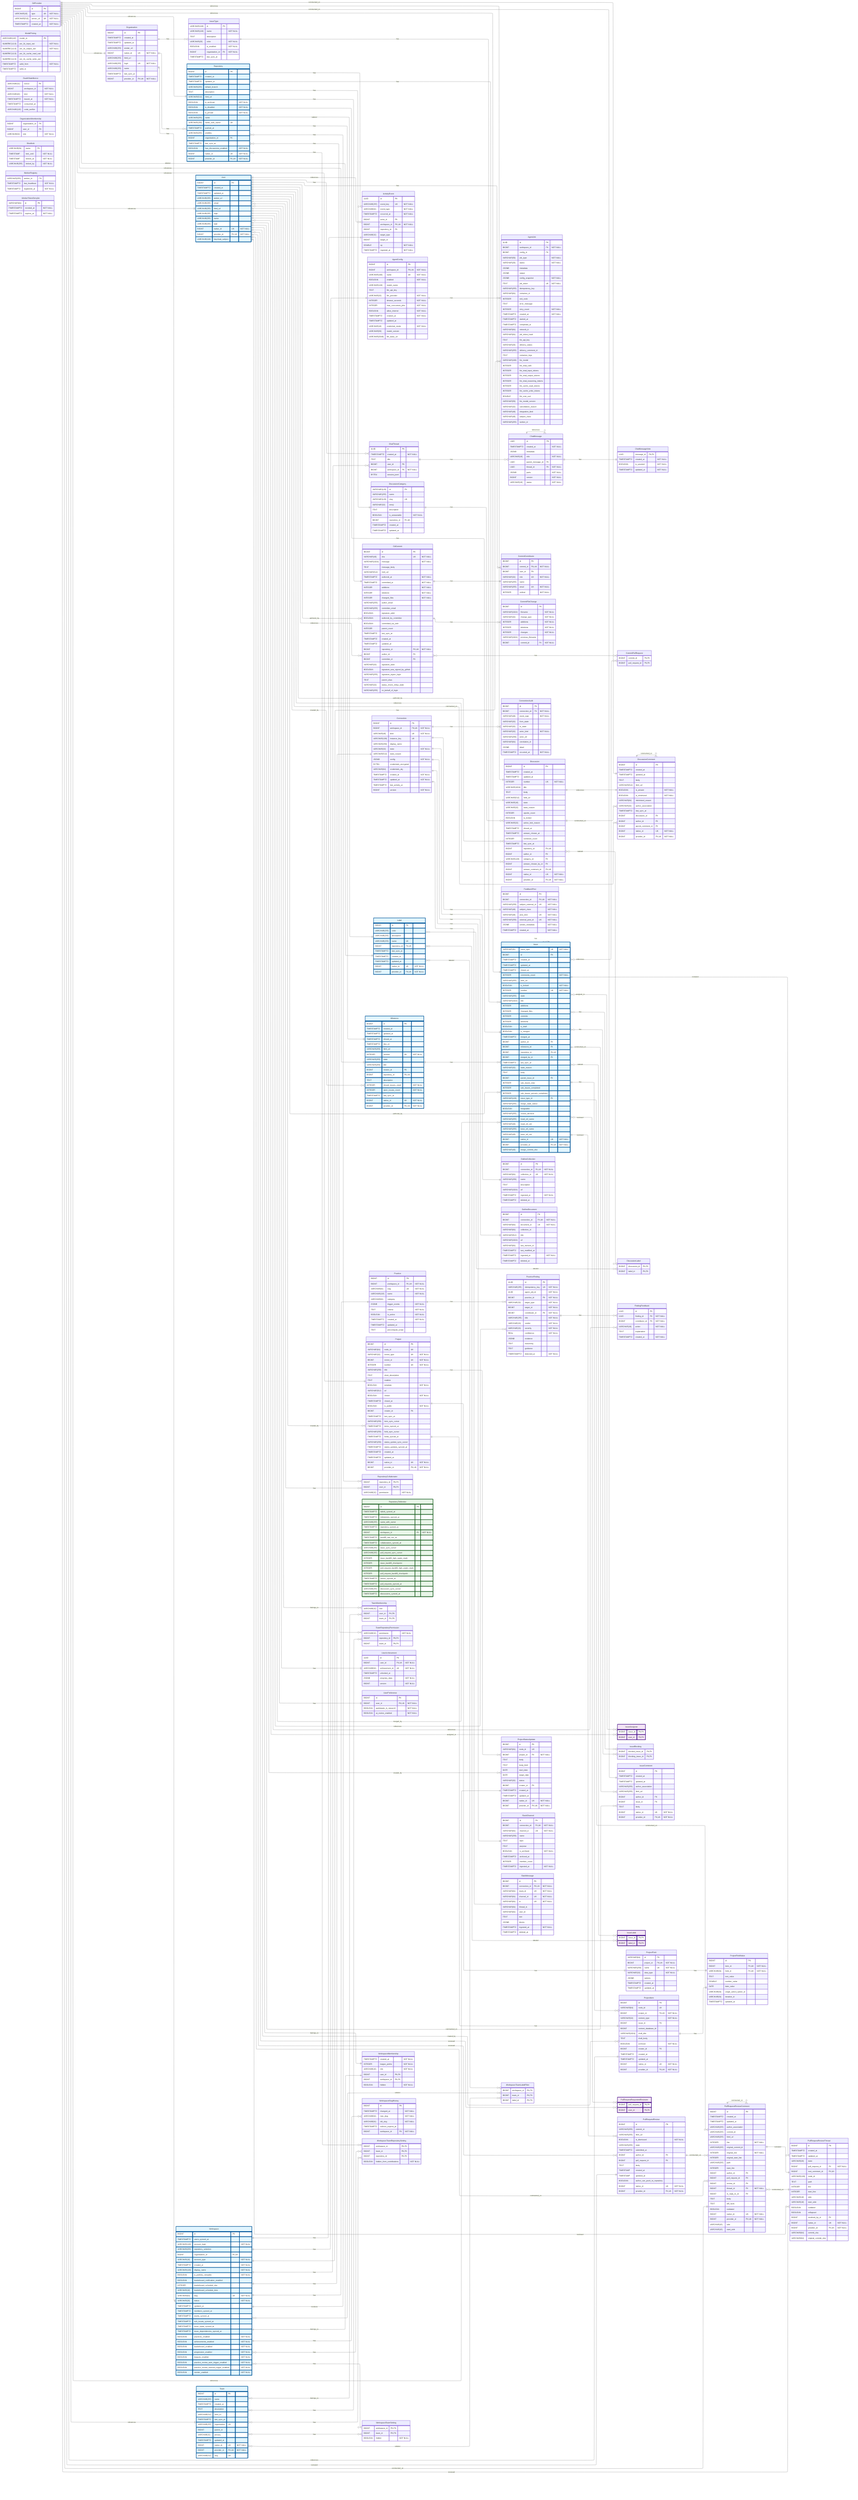
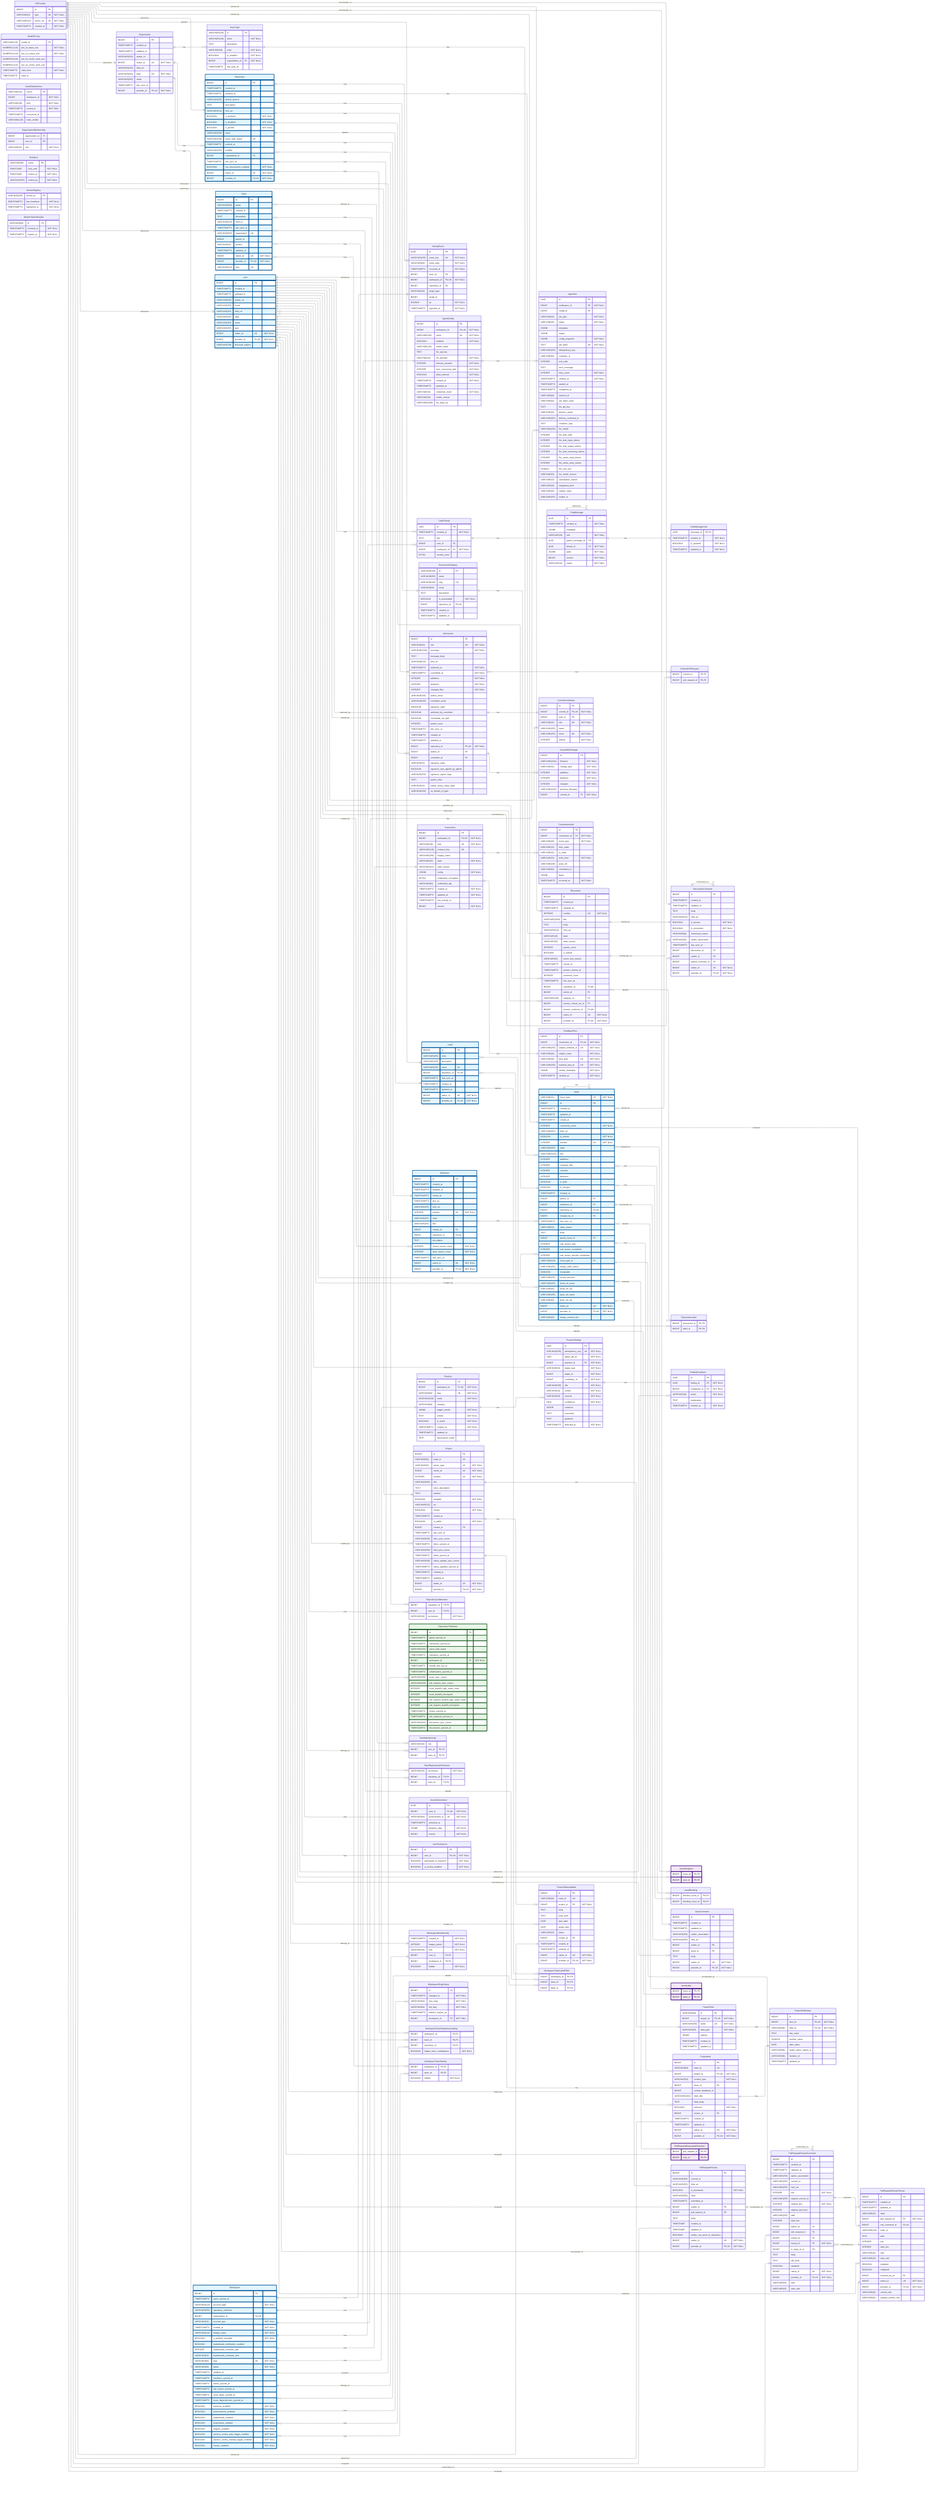
---
config:
    layout: elk
---
erDiagram
    %% Generated automatically from PostgreSQL database schema
    %% using scripts/generate-mermaid-erd.ts
    %% To regenerate: pnpm run db:generate-erd-docs

    direction LR

    ActivityEvent {
        UUID id PK
        VARCHAR(255) event_key UK "NOT NULL"
        VARCHAR(64) event_type "NOT NULL"
        TIMESTAMPTZ occurred_at "NOT NULL"
        BIGINT actor_id FK
        BIGINT workspace_id FK,UK "NOT NULL"
        BIGINT repository_id FK
        VARCHAR(32) target_type
        BIGINT target_id
        DOUBLE xp "NOT NULL"
        TIMESTAMPTZ ingested_at "NOT NULL"
    }

    AgentConfig {
        BIGINT id PK
        BIGINT workspace_id FK,UK "NOT NULL"
        VARCHAR(100) name UK "NOT NULL"
        BOOLEAN enabled "NOT NULL"
        VARCHAR(128) model_name
        TEXT llm_api_key
        VARCHAR(32) llm_provider "NOT NULL"
        INTEGER timeout_seconds "NOT NULL"
        INTEGER max_concurrent_jobs "NOT NULL"
        BOOLEAN allow_internet "NOT NULL"
        TIMESTAMPTZ created_at "NOT NULL"
        TIMESTAMPTZ updated_at
        VARCHAR(16) credential_mode "NOT NULL"
        VARCHAR(50) model_version
        VARCHAR(2048) llm_base_url
    }

    AgentJob {
        UUID id PK
        BIGINT workspace_id FK "NOT NULL"
        BIGINT config_id FK
        VARCHAR(50) job_type "NOT NULL"
        VARCHAR(20) status "NOT NULL"
        JSONB metadata
        JSONB output
        JSONB config_snapshot "NOT NULL"
        TEXT job_token UK "NOT NULL"
        VARCHAR(255) idempotency_key
        VARCHAR(64) container_id
        INTEGER exit_code
        TEXT error_message
        INTEGER retry_count "NOT NULL"
        TIMESTAMPTZ created_at "NOT NULL"
        TIMESTAMPTZ started_at
        TIMESTAMPTZ completed_at
        VARCHAR(64) network_id
        VARCHAR(64) job_token_hash
        TEXT llm_api_key
        VARCHAR(20) delivery_status
        VARCHAR(255) delivery_comment_id
        TEXT container_logs
        VARCHAR(100) llm_model
        INTEGER llm_total_calls
        INTEGER llm_total_input_tokens
        INTEGER llm_total_output_tokens
        INTEGER llm_total_reasoning_tokens
        INTEGER llm_cache_read_tokens
        INTEGER llm_cache_write_tokens
        DOUBLE llm_cost_usd
        VARCHAR(50) llm_model_version
        VARCHAR(32) cancellation_reason
        VARCHAR(48) integration_kind
        VARCHAR(48) subject_class
        VARCHAR(255) worker_id
    }

    ChatMessage {
        UUID id PK
        TIMESTAMPTZ created_at "NOT NULL"
        JSONB metadata
        VARCHAR(16) role "NOT NULL"
        UUID parent_message_id FK
        UUID thread_id FK "NOT NULL"
        JSONB parts "NOT NULL"
        BIGINT version "NOT NULL"
        VARCHAR(16) status "NOT NULL"
    }

    ChatMessageVote {
        UUID message_id PK,FK
        TIMESTAMPTZ created_at "NOT NULL"
        BOOLEAN is_upvoted "NOT NULL"
        TIMESTAMPTZ updated_at "NOT NULL"
    }

    ChatThread {
        UUID id PK
        TIMESTAMPTZ created_at "NOT NULL"
        TEXT title
        BIGINT user_id FK
        BIGINT workspace_id FK "NOT NULL"
        BYTEA session_jsonl
    }

    CommitContributor {
        BIGINT id PK
        BIGINT commit_id FK,UK "NOT NULL"
        BIGINT user_id FK
        VARCHAR(32) role UK "NOT NULL"
        VARCHAR(255) name
        VARCHAR(255) email UK "NOT NULL"
        INTEGER ordinal "NOT NULL"
    }

    CommitFileChange {
        BIGINT id PK
        VARCHAR(1024) filename "NOT NULL"
        VARCHAR(32) change_type "NOT NULL"
        INTEGER additions "NOT NULL"
        INTEGER deletions "NOT NULL"
        INTEGER changes "NOT NULL"
        VARCHAR(1024) previous_filename
        BIGINT commit_id FK "NOT NULL"
    }

    CommitPullRequest {
        BIGINT commit_id PK,FK
        BIGINT pull_request_id PK,FK
    }

    Connection {
        BIGINT id PK
        BIGINT workspace_id FK,UK "NOT NULL"
        VARCHAR(48) kind UK "NOT NULL"
        VARCHAR(128) instance_key UK
        VARCHAR(256) display_name
        VARCHAR(32) state "NOT NULL"
        VARCHAR(512) state_reason
        JSONB config "NOT NULL"
        BYTEA credentials_encrypted
        VARCHAR(64) credentials_alg
        TIMESTAMPTZ created_at "NOT NULL"
        TIMESTAMPTZ updated_at "NOT NULL"
        TIMESTAMPTZ last_activity_at
        BIGINT version "NOT NULL"
    }

    ConnectionAudit {
        BIGINT id PK
        BIGINT connection_id FK "NOT NULL"
        VARCHAR(48) event_type "NOT NULL"
        VARCHAR(32) from_state
        VARCHAR(32) to_state
        VARCHAR(32) actor_kind "NOT NULL"
        VARCHAR(256) actor_ref
        VARCHAR(64) correlation_id
        JSONB detail
        TIMESTAMPTZ occurred_at "NOT NULL"
    }

    Discussion {
        BIGINT id PK
        TIMESTAMPTZ created_at
        TIMESTAMPTZ updated_at
        INTEGER number UK "NOT NULL"
        VARCHAR(1024) title
        TEXT body
        VARCHAR(512) html_url
        VARCHAR(16) state
        VARCHAR(32) state_reason
        INTEGER upvote_count
        BOOLEAN is_locked
        VARCHAR(32) active_lock_reason
        TIMESTAMPTZ closed_at
        TIMESTAMPTZ answer_chosen_at
        INTEGER comment_count
        TIMESTAMPTZ last_sync_at
        BIGINT repository_id FK,UK
        BIGINT author_id FK
        VARCHAR(128) category_id FK
        BIGINT answer_chosen_by_id FK
        BIGINT answer_comment_id FK,UK
        BIGINT native_id UK "NOT NULL"
        BIGINT provider_id FK,UK "NOT NULL"
    }

    DiscussionCategory {
        VARCHAR(128) id PK
        VARCHAR(255) name
        VARCHAR(128) slug UK
        VARCHAR(32) emoji
        TEXT description
        BOOLEAN is_answerable "NOT NULL"
        BIGINT repository_id FK,UK
        TIMESTAMPTZ created_at
        TIMESTAMPTZ updated_at
    }

    DiscussionComment {
        BIGINT id PK
        TIMESTAMPTZ created_at
        TIMESTAMPTZ updated_at
        TEXT body
        VARCHAR(512) html_url
        BOOLEAN is_answer "NOT NULL"
        BOOLEAN is_minimized "NOT NULL"
        VARCHAR(64) minimized_reason
        VARCHAR(32) author_association
        TIMESTAMPTZ last_sync_at
        BIGINT discussion_id FK
        BIGINT author_id FK
        BIGINT parent_comment_id FK
        BIGINT native_id UK "NOT NULL"
        BIGINT provider_id FK,UK "NOT NULL"
    }

    DiscussionLabel {
        BIGINT discussion_id PK,FK
        BIGINT label_id PK,FK
    }

    FeedbackPost {
        BIGINT id PK
        BIGINT connection_id FK,UK "NOT NULL"
        VARCHAR(256) subject_external_id UK "NOT NULL"
        VARCHAR(48) subject_class "NOT NULL"
        VARCHAR(48) post_kind UK "NOT NULL"
        VARCHAR(256) external_post_id UK "NOT NULL"
        JSONB vendor_metadata "NOT NULL"
        TIMESTAMPTZ created_at "NOT NULL"
    }

    FindingFeedback {
        UUID id PK
        UUID finding_id FK "NOT NULL"
        BIGINT contributor_id FK "NOT NULL"
        VARCHAR(16) action "NOT NULL"
        TEXT explanation
        TIMESTAMPTZ created_at "NOT NULL"
    }

    GitCommit {
        BIGINT id PK
        VARCHAR(40) sha UK "NOT NULL"
        VARCHAR(1024) message "NOT NULL"
        TEXT message_body
        VARCHAR(512) html_url
        TIMESTAMPTZ authored_at "NOT NULL"
        TIMESTAMPTZ committed_at "NOT NULL"
        INTEGER additions "NOT NULL"
        INTEGER deletions "NOT NULL"
        INTEGER changed_files "NOT NULL"
        VARCHAR(255) author_email
        VARCHAR(255) committer_email
        BOOLEAN signature_valid
        BOOLEAN authored_by_committer
        BOOLEAN committed_via_web
        INTEGER parent_count
        TIMESTAMPTZ last_sync_at
        TIMESTAMPTZ created_at
        TIMESTAMPTZ updated_at
        BIGINT repository_id FK,UK "NOT NULL"
        BIGINT author_id FK
        BIGINT committer_id FK
        VARCHAR(32) signature_state
        BOOLEAN signature_was_signed_by_github
        VARCHAR(255) signature_signer_login
        TEXT parent_shas
        VARCHAR(32) status_check_rollup_state
        VARCHAR(255) on_behalf_of_login
    }

    GitProvider {
        BIGINT id PK
        VARCHAR(10) type UK "NOT NULL"
        VARCHAR(512) server_url UK "NOT NULL"
        TIMESTAMPTZ created_at "NOT NULL"
    }

    Issue {
        VARCHAR(31) issue_type UK "NOT NULL"
        BIGINT id PK
        TIMESTAMPTZ created_at
        TIMESTAMPTZ updated_at
        TIMESTAMPTZ closed_at
        INTEGER comments_count "NOT NULL"
        VARCHAR(255) html_url
        BOOLEAN is_locked "NOT NULL"
        INTEGER number UK "NOT NULL"
        VARCHAR(255) state
        VARCHAR(1024) title
        INTEGER additions
        INTEGER changed_files
        INTEGER commits
        INTEGER deletions
        BOOLEAN is_draft
        BOOLEAN is_merged
        TIMESTAMPTZ merged_at
        BIGINT author_id FK
        BIGINT milestone_id FK
        BIGINT repository_id FK,UK
        BIGINT merged_by_id FK
        TIMESTAMPTZ last_sync_at
        VARCHAR(32) state_reason
        TEXT body
        BIGINT parent_issue_id FK
        INTEGER sub_issues_total
        INTEGER sub_issues_completed
        INTEGER sub_issues_percent_completed
        VARCHAR(128) issue_type_id FK
        VARCHAR(255) merge_state_status
        BOOLEAN mergeable
        VARCHAR(255) review_decision
        VARCHAR(255) head_ref_name
        VARCHAR(40) head_ref_oid
        VARCHAR(255) base_ref_name
        VARCHAR(40) base_ref_oid
        BIGINT native_id UK "NOT NULL"
        BIGINT provider_id FK,UK "NOT NULL"
        VARCHAR(40) merge_commit_sha
    }

    IssueAssignee {
        BIGINT issue_id PK,FK
        BIGINT user_id PK,FK
    }

    IssueBlocking {
        BIGINT blocked_issue_id PK,FK
        BIGINT blocking_issue_id PK,FK
    }

    IssueComment {
        BIGINT id PK
        TIMESTAMPTZ created_at
        TIMESTAMPTZ updated_at
        VARCHAR(255) author_association
        VARCHAR(255) html_url
        BIGINT author_id FK
        BIGINT issue_id FK
        TEXT body
        BIGINT native_id UK "NOT NULL"
        BIGINT provider_id FK,UK "NOT NULL"
    }

    IssueLabel {
        BIGINT issue_id PK,FK
        BIGINT label_id PK,FK
    }

    IssueType {
        VARCHAR(128) id PK
        VARCHAR(128) name "NOT NULL"
        TEXT description
        VARCHAR(20) color "NOT NULL"
        BOOLEAN is_enabled "NOT NULL"
        BIGINT organization_id FK "NOT NULL"
        TIMESTAMPTZ last_sync_at
    }

    Label {
        BIGINT id PK
        VARCHAR(255) color
        VARCHAR(255) description
        VARCHAR(255) name UK
        BIGINT repository_id FK,UK
        TIMESTAMPTZ last_sync_at
        TIMESTAMPTZ created_at
        TIMESTAMPTZ updated_at
        BIGINT native_id UK "NOT NULL"
        BIGINT provider_id FK,UK "NOT NULL"
    }

    Milestone {
        BIGINT id PK
        TIMESTAMPTZ created_at
        TIMESTAMPTZ updated_at
        TIMESTAMPTZ closed_at
        TIMESTAMPTZ due_on
        VARCHAR(255) html_url
        INTEGER number UK "NOT NULL"
        VARCHAR(255) state
        VARCHAR(255) title
        BIGINT creator_id FK
        BIGINT repository_id FK,UK
        TEXT description
        INTEGER closed_issues_count "NOT NULL"
        INTEGER open_issues_count "NOT NULL"
        TIMESTAMPTZ last_sync_at
        BIGINT native_id UK "NOT NULL"
        BIGINT provider_id FK,UK "NOT NULL"
    }

    ModelPricing {
        VARCHAR(128) model_id PK
        NUMERIC(12,6) per_1k_input_usd "NOT NULL"
        NUMERIC(12,6) per_1k_output_usd "NOT NULL"
        NUMERIC(12,6) per_1k_cache_read_usd
        NUMERIC(12,6) per_1k_cache_write_usd
        TIMESTAMPTZ valid_from "NOT NULL"
        TIMESTAMPTZ valid_to
    }

    OauthStateNonce {
        VARCHAR(32) nonce PK
        BIGINT workspace_id "NOT NULL"
        VARCHAR(48) kind "NOT NULL"
        TIMESTAMPTZ issued_at "NOT NULL"
        TIMESTAMPTZ consumed_at
        VARCHAR(128) code_verifier
    }

    Organization {
        BIGINT id PK
        TIMESTAMPTZ created_at
        TIMESTAMPTZ updated_at
        VARCHAR(255) avatar_url
        BIGINT native_id UK "NOT NULL"
        VARCHAR(255) html_url
        VARCHAR(255) login UK "NOT NULL"
        VARCHAR(255) name
        TIMESTAMPTZ last_sync_at
        BIGINT provider_id FK,UK "NOT NULL"
    }

    OrganizationMembership {
        BIGINT organization_id PK
        BIGINT user_id PK
        VARCHAR(32) role "NOT NULL"
    }

-     OutlineCollection {
-         BIGINT id PK
-         BIGINT connection_id FK,UK "NOT NULL"
-         VARCHAR(64) collection_id UK "NOT NULL"
-         VARCHAR(256) name
-         TEXT description
-         VARCHAR(1024) url
-         TIMESTAMPTZ ingested_at "NOT NULL"
-         TIMESTAMPTZ deleted_at
-     }
- 
-     OutlineDocument {
-         BIGINT id PK
-         BIGINT connection_id FK,UK "NOT NULL"
-         VARCHAR(64) document_id UK "NOT NULL"
-         VARCHAR(64) collection_id
-         VARCHAR(512) title
-         VARCHAR(1024) url
-         VARCHAR(64) last_revision_id
-         TIMESTAMPTZ last_modified_at
-         TIMESTAMPTZ ingested_at "NOT NULL"
-         TIMESTAMPTZ deleted_at
-     }
- 
    Practice {
        BIGINT id PK
        BIGINT workspace_id FK,UK "NOT NULL"
        VARCHAR(64) slug UK "NOT NULL"
        VARCHAR(128) name "NOT NULL"
        VARCHAR(64) category
        JSONB trigger_events "NOT NULL"
        TEXT criteria "NOT NULL"
        BOOLEAN is_active "NOT NULL"
        TIMESTAMPTZ created_at "NOT NULL"
        TIMESTAMPTZ updated_at
        TEXT precompute_script
    }

    PracticeFinding {
        UUID id PK
        VARCHAR(255) idempotency_key UK "NOT NULL"
        UUID agent_job_id "NOT NULL"
        BIGINT practice_id FK "NOT NULL"
        VARCHAR(32) target_type "NOT NULL"
        BIGINT target_id "NOT NULL"
        BIGINT contributor_id FK "NOT NULL"
        VARCHAR(255) title "NOT NULL"
        VARCHAR(16) verdict "NOT NULL"
        VARCHAR(16) severity "NOT NULL"
        REAL confidence "NOT NULL"
        JSONB evidence
        TEXT reasoning
        TEXT guidance
        TIMESTAMPTZ detected_at "NOT NULL"
    }

    Project {
        BIGINT id PK
        VARCHAR(64) node_id UK
        VARCHAR(32) owner_type UK "NOT NULL"
        BIGINT owner_id UK "NOT NULL"
        INTEGER number UK "NOT NULL"
        VARCHAR(256) title
        TEXT short_description
        TEXT readme
        BOOLEAN template "NOT NULL"
        VARCHAR(512) url
        BOOLEAN closed "NOT NULL"
        TIMESTAMPTZ closed_at
        BOOLEAN is_public "NOT NULL"
        BIGINT creator_id FK
        TIMESTAMPTZ last_sync_at
        VARCHAR(256) item_sync_cursor
        TIMESTAMPTZ items_synced_at
        VARCHAR(256) field_sync_cursor
        TIMESTAMPTZ fields_synced_at
        VARCHAR(256) status_update_sync_cursor
        TIMESTAMPTZ status_updates_synced_at
        TIMESTAMPTZ created_at
        TIMESTAMPTZ updated_at
        BIGINT native_id UK "NOT NULL"
        BIGINT provider_id FK,UK "NOT NULL"
    }

    ProjectField {
        VARCHAR(64) id PK
        BIGINT project_id FK,UK "NOT NULL"
        VARCHAR(256) name UK "NOT NULL"
        VARCHAR(32) data_type "NOT NULL"
        JSONB options
        TIMESTAMPTZ created_at
        TIMESTAMPTZ updated_at
    }

    ProjectFieldValue {
        BIGINT id PK
        BIGINT item_id FK,UK "NOT NULL"
        VARCHAR(64) field_id FK,UK "NOT NULL"
        TEXT text_value
        DOUBLE number_value
        DATE date_value
        VARCHAR(64) single_select_option_id
        VARCHAR(64) iteration_id
        TIMESTAMPTZ updated_at
    }

    ProjectItem {
        BIGINT id PK
        VARCHAR(64) node_id UK
        BIGINT project_id FK,UK "NOT NULL"
        VARCHAR(32) content_type "NOT NULL"
        BIGINT issue_id FK
        BIGINT content_database_id
        VARCHAR(1024) draft_title
        TEXT draft_body
        BOOLEAN archived "NOT NULL"
        BIGINT creator_id FK
        TIMESTAMPTZ created_at
        TIMESTAMPTZ updated_at
        BIGINT native_id UK "NOT NULL"
        BIGINT provider_id FK,UK "NOT NULL"
    }

    ProjectStatusUpdate {
        BIGINT id PK
        VARCHAR(64) node_id UK
        BIGINT project_id FK "NOT NULL"
        TEXT body
        TEXT body_html
        DATE start_date
        DATE target_date
        VARCHAR(32) status
        BIGINT creator_id FK
        TIMESTAMPTZ created_at
        TIMESTAMPTZ updated_at
        BIGINT native_id UK "NOT NULL"
        BIGINT provider_id FK,UK "NOT NULL"
    }

    PullRequestRequestedReviewer {
        BIGINT pull_request_id PK,FK
        BIGINT user_id PK,FK
    }

    PullRequestReview {
        BIGINT id PK
        VARCHAR(255) commit_id
        VARCHAR(255) html_url
        BOOLEAN is_dismissed "NOT NULL"
        VARCHAR(255) state
        TIMESTAMPTZ submitted_at
        BIGINT author_id FK
        BIGINT pull_request_id FK
        TEXT body
        TIMESTAMP created_at
        TIMESTAMP updated_at
        BOOLEAN author_can_push_to_repository
        BIGINT native_id UK "NOT NULL"
        BIGINT provider_id FK,UK "NOT NULL"
    }

    PullRequestReviewComment {
        BIGINT id PK
        TIMESTAMPTZ created_at
        TIMESTAMPTZ updated_at
        VARCHAR(255) author_association
        VARCHAR(255) commit_id
        VARCHAR(255) html_url
        INTEGER line "NOT NULL"
        VARCHAR(255) original_commit_id
        INTEGER original_line "NOT NULL"
        INTEGER original_start_line
        VARCHAR(255) path
        INTEGER start_line
        BIGINT author_id FK
        BIGINT pull_request_id FK
        BIGINT review_id FK
        BIGINT thread_id FK "NOT NULL"
        BIGINT in_reply_to_id FK
        TEXT body
        TEXT diff_hunk
        BOOLEAN outdated
        BIGINT native_id UK "NOT NULL"
        BIGINT provider_id FK,UK "NOT NULL"
        VARCHAR(16) side
        VARCHAR(16) start_side
    }

    PullRequestReviewThread {
        BIGINT id PK
        TIMESTAMPTZ created_at
        TIMESTAMPTZ updated_at
        VARCHAR(20) state
        BIGINT pull_request_id FK "NOT NULL"
        BIGINT root_comment_id FK,UK
        VARCHAR(128) node_id
        TEXT path
        INTEGER line
        INTEGER start_line
        VARCHAR(16) side
        VARCHAR(16) start_side
        BOOLEAN outdated
        BOOLEAN collapsed
        BIGINT resolved_by_id FK
        BIGINT native_id UK "NOT NULL"
        BIGINT provider_id FK,UK "NOT NULL"
        VARCHAR(64) commit_sha
        VARCHAR(64) original_commit_sha
    }

    Repository {
        BIGINT id PK
        TIMESTAMPTZ created_at
        TIMESTAMPTZ updated_at
        VARCHAR(255) default_branch
        TEXT description
        VARCHAR(512) html_url
        BOOLEAN is_archived "NOT NULL"
        BOOLEAN is_disabled "NOT NULL"
        BOOLEAN is_private "NOT NULL"
        VARCHAR(255) name
        VARCHAR(150) name_with_owner UK
        TIMESTAMPTZ pushed_at
        VARCHAR(255) visibility
        BIGINT organization_id FK
        TIMESTAMPTZ last_sync_at
        BOOLEAN has_discussions_enabled "NOT NULL"
        BIGINT native_id UK "NOT NULL"
        BIGINT provider_id FK,UK "NOT NULL"
    }

    RepositoryCollaborator {
        BIGINT repository_id PK,FK
        BIGINT user_id PK,FK
        VARCHAR(32) permission "NOT NULL"
    }

    RepositoryToMonitor {
        BIGINT id PK
        TIMESTAMPTZ labels_synced_at
        TIMESTAMPTZ milestones_synced_at
        VARCHAR(255) name_with_owner
        TIMESTAMPTZ repository_synced_at
        BIGINT workspace_id FK "NOT NULL"
        TIMESTAMPTZ backfill_last_run_at
        TIMESTAMPTZ collaborators_synced_at
        VARCHAR(255) issue_sync_cursor
        VARCHAR(255) pull_request_sync_cursor
        INTEGER issue_backfill_high_water_mark
        INTEGER issue_backfill_checkpoint
        INTEGER pull_request_backfill_high_water_mark
        INTEGER pull_request_backfill_checkpoint
        TIMESTAMPTZ issues_synced_at
        TIMESTAMPTZ pull_requests_synced_at
        VARCHAR(255) discussion_sync_cursor
        TIMESTAMPTZ discussions_synced_at
    }

    Shedlock {
        VARCHAR(64) name PK
        TIMESTAMP lock_until "NOT NULL"
        TIMESTAMP locked_at "NOT NULL"
        VARCHAR(255) locked_by "NOT NULL"
-     }
- 
-     SlackChannel {
-         BIGINT id PK
-         BIGINT connection_id FK,UK "NOT NULL"
-         VARCHAR(64) channel_id UK "NOT NULL"
-         VARCHAR(256) name
-         TEXT topic
-         TEXT purpose
-         BOOLEAN is_archived "NOT NULL"
-         TIMESTAMPTZ archived_at
-         INTEGER member_count
-         TIMESTAMPTZ ingested_at "NOT NULL"
-     }
- 
-     SlackMessage {
-         BIGINT id PK
-         BIGINT connection_id FK,UK "NOT NULL"
-         VARCHAR(64) team_id UK "NOT NULL"
-         VARCHAR(64) channel_id UK "NOT NULL"
-         VARCHAR(64) ts UK "NOT NULL"
-         VARCHAR(64) thread_ts
-         VARCHAR(64) user_id
-         TEXT text
-         JSONB blocks
-         TIMESTAMPTZ ingested_at "NOT NULL"
-         TIMESTAMPTZ deleted_at
    }

    Team {
        BIGINT id PK
        VARCHAR(255) name
        TIMESTAMPTZ created_at
        TEXT description
        VARCHAR(512) html_url
        TIMESTAMPTZ last_sync_at
        VARCHAR(255) organization UK
        BIGINT parent_id
        VARCHAR(32) privacy
        TIMESTAMPTZ updated_at
        BIGINT native_id UK "NOT NULL"
        BIGINT provider_id FK,UK "NOT NULL"
        VARCHAR(512) slug UK
    }

    TeamMembership {
        VARCHAR(32) role
        BIGINT user_id PK,FK
        BIGINT team_id PK,FK
    }

    TeamRepositoryPermission {
        VARCHAR(32) permission "NOT NULL"
        BIGINT repository_id PK,FK
        BIGINT team_id PK,FK
    }

    User {
        BIGINT id PK
        TIMESTAMPTZ created_at
        TIMESTAMPTZ updated_at
        VARCHAR(255) avatar_url
        VARCHAR(255) email
        VARCHAR(255) html_url
        VARCHAR(255) login
        VARCHAR(255) name
        VARCHAR(255) type
        BIGINT native_id UK "NOT NULL"
        BIGINT provider_id FK,UK "NOT NULL"
        VARCHAR(128) keycloak_subject
    }

    UserAchievement {
        UUID id PK
        BIGINT user_id FK,UK "NOT NULL"
        VARCHAR(64) achievement_id UK "NOT NULL"
        TIMESTAMPTZ unlocked_at
        JSONB progress_data "NOT NULL"
        BIGINT version "NOT NULL"
    }

    UserPreference {
        BIGINT id PK
        BIGINT user_id FK,UK "NOT NULL"
        BOOLEAN participate_in_research "NOT NULL"
        BOOLEAN ai_review_enabled "NOT NULL"
    }

    WorkerRegistry {
        VARCHAR(255) worker_id PK
        TIMESTAMPTZ last_heartbeat "NOT NULL"
        TIMESTAMPTZ registered_at "NOT NULL"
    }

    WorkerTokenDenylist {
        VARCHAR(64) jti PK
        TIMESTAMPTZ revoked_at "NOT NULL"
        TIMESTAMPTZ expires_at "NOT NULL"
    }

    Workspace {
        BIGINT id PK
        TIMESTAMPTZ users_synced_at
        VARCHAR(120) account_login "NOT NULL"
        VARCHAR(255) repository_selection
        BIGINT organization_id FK,UK
        VARCHAR(10) account_type "NOT NULL"
        TIMESTAMPTZ created_at "NOT NULL"
        VARCHAR(120) display_name "NOT NULL"
        BOOLEAN is_publicly_viewable "NOT NULL"
        BOOLEAN leaderboard_notification_enabled
        INTEGER leaderboard_schedule_day
        VARCHAR(10) leaderboard_schedule_time
        VARCHAR(64) slug UK "NOT NULL"
        VARCHAR(20) status "NOT NULL"
        TIMESTAMPTZ updated_at
        TIMESTAMPTZ members_synced_at
        TIMESTAMPTZ teams_synced_at
        TIMESTAMPTZ sub_issues_synced_at
        TIMESTAMPTZ issue_types_synced_at
        TIMESTAMPTZ issue_dependencies_synced_at
        BOOLEAN practices_enabled "NOT NULL"
        BOOLEAN achievements_enabled "NOT NULL"
        BOOLEAN leaderboard_enabled "NOT NULL"
        BOOLEAN progression_enabled "NOT NULL"
        BOOLEAN leagues_enabled "NOT NULL"
        BOOLEAN practice_review_auto_trigger_enabled "NOT NULL"
        BOOLEAN practice_review_manual_trigger_enabled "NOT NULL"
        BOOLEAN mentor_enabled "NOT NULL"
    }

    WorkspaceMembership {
        TIMESTAMPTZ created_at "NOT NULL"
        INTEGER league_points "NOT NULL"
        VARCHAR(16) role "NOT NULL"
        BIGINT user_id PK,FK
        BIGINT workspace_id PK,FK
        BOOLEAN hidden "NOT NULL"
    }

    WorkspaceSlugHistory {
        BIGINT id PK
        TIMESTAMPTZ changed_at "NOT NULL"
        VARCHAR(64) new_slug "NOT NULL"
        VARCHAR(64) old_slug "NOT NULL"
        TIMESTAMPTZ redirect_expires_at
        BIGINT workspace_id FK "NOT NULL"
    }

    WorkspaceTeamLabelFilter {
        BIGINT workspace_id PK,FK
        BIGINT team_id PK,FK
        BIGINT label_id PK,FK
    }

    WorkspaceTeamRepositorySetting {
        BIGINT workspace_id PK,FK
        BIGINT team_id PK,FK
        BIGINT repository_id PK,FK
        BOOLEAN hidden_from_contributions "NOT NULL"
    }

    WorkspaceTeamSetting {
        BIGINT workspace_id PK,FK
        BIGINT team_id PK,FK
        BOOLEAN hidden "NOT NULL"
    }

    %% Relationships
    %% One-to-One relationships
    Workspace ||--|| ActivityEvent : has
    Workspace ||--|| AgentConfig : has
    ChatMessage ||--|| ChatMessageVote : has
    GitCommit ||--|| CommitContributor : has
    Workspace ||--|| Connection : has
    DiscussionComment ||--|| Discussion : references
    GitProvider ||--|| Discussion : references
    Repository ||--|| Discussion : has
    Repository ||--|| DiscussionCategory : has
    GitProvider ||--|| DiscussionComment : commented_on
    Connection ||--|| FeedbackPost : has
    Repository ||--|| GitCommit : has
    GitProvider ||--|| Issue : references
    Repository ||--|| Issue : has
    GitProvider ||--|| IssueComment : commented_on
    GitProvider ||--|| Label : labeled
    Repository ||--|| Label : labeled
    GitProvider ||--|| Milestone : references
    Repository ||--|| Milestone : has
    GitProvider ||--|| Organization : references
-     Connection ||--|| OutlineCollection : has
-     Connection ||--|| OutlineDocument : has
    Workspace ||--|| Practice : has
    GitProvider ||--|| Project : references
    Project ||--|| ProjectField : has
    ProjectField ||--|| ProjectFieldValue : has
    ProjectItem ||--|| ProjectFieldValue : has
    Project ||--|| ProjectItem : has
    GitProvider ||--|| ProjectItem : references
    GitProvider ||--|| ProjectStatusUpdate : references
    GitProvider ||--|| PullRequestReview : reviewed
    GitProvider ||--|| PullRequestReviewComment : commented_on
    GitProvider ||--|| PullRequestReviewThread : reviewed
    PullRequestReviewComment ||--|| PullRequestReviewThread : reviewed
    GitProvider ||--|| Repository : references
-     Connection ||--|| SlackChannel : has
-     Connection ||--|| SlackMessage : has
    GitProvider ||--|| Team : references
    GitProvider ||--|| User : references
    User ||--|| UserAchievement : has
    User ||--|| UserPreference : has
    Organization ||--|| Workspace : has
    User ||--|| WorkspaceMembership : belongs_to
    Workspace ||--|| WorkspaceMembership : belongs_to

    %% One-to-Many relationships
    User ||--o{ ActivityEvent : references
    Repository ||--o{ ActivityEvent : has
    AgentConfig ||--o{ AgentJob : has
    Workspace ||--o{ AgentJob : has
    ChatMessage ||--o{ ChatMessage : references
    ChatThread ||--o{ ChatMessage : has
    User ||--o{ ChatThread : has
    Workspace ||--o{ ChatThread : has
    User ||--o{ CommitContributor : has
    GitCommit ||--o{ CommitFileChange : has
    Connection ||--o{ ConnectionAudit : has
    User ||--o{ Discussion : references
    User ||--o{ Discussion : authored_by
    DiscussionCategory ||--o{ Discussion : has
    User ||--o{ DiscussionComment : commented_on
    Discussion ||--o{ DiscussionComment : commented_on
    DiscussionComment ||--o{ DiscussionComment : commented_on
    User ||--o{ FindingFeedback : references
    PracticeFinding ||--o{ FindingFeedback : has
    User ||--o{ GitCommit : authored_by
    User ||--o{ GitCommit : references
    User ||--o{ Issue : authored_by
    IssueType ||--o{ Issue : has
    User ||--o{ Issue : merged_by
    Milestone ||--o{ Issue : has
    Issue ||--o{ Issue : has
    User ||--o{ IssueComment : commented_on
    Issue ||--o{ IssueComment : commented_on
    Organization ||--o{ IssueType : has
    User ||--o{ Milestone : created_by
    User ||--o{ PracticeFinding : references
    Practice ||--o{ PracticeFinding : has
    User ||--o{ Project : created_by
    User ||--o{ ProjectItem : created_by
    Issue ||--o{ ProjectItem : has
    User ||--o{ ProjectStatusUpdate : created_by
    Project ||--o{ ProjectStatusUpdate : has
    User ||--o{ PullRequestReview : reviewed
    Issue ||--o{ PullRequestReview : reviewed
    User ||--o{ PullRequestReviewComment : commented_on
    PullRequestReviewComment ||--o{ PullRequestReviewComment : commented_on
    Issue ||--o{ PullRequestReviewComment : commented_on
    PullRequestReview ||--o{ PullRequestReviewComment : commented_on
    PullRequestReviewThread ||--o{ PullRequestReviewComment : commented_on
    Issue ||--o{ PullRequestReviewThread : reviewed
    User ||--o{ PullRequestReviewThread : reviewed
    Organization ||--o{ Repository : has
    Workspace ||--o{ RepositoryToMonitor : monitors
    Workspace ||--o{ WorkspaceSlugHistory : has

    %% Many-to-Many relationships
    GitCommit }o--o{ CommitPullRequest : has
    Issue }o--o{ CommitPullRequest : references
    Discussion }o--o{ DiscussionLabel : labeled
    Label }o--o{ DiscussionLabel : labeled
    Issue }o--o{ IssueAssignee : assigned_to
    User }o--o{ IssueAssignee : assigned_to
    Issue }o--o{ IssueBlocking : has
    Issue }o--o{ IssueBlocking : has
    Issue }o--o{ IssueLabel : labeled
    Label }o--o{ IssueLabel : labeled
    Issue }o--o{ PullRequestRequestedReviewer : reviewed
    User }o--o{ PullRequestRequestedReviewer : reviewed
    Repository }o--o{ RepositoryCollaborator : has
    User }o--o{ RepositoryCollaborator : has
    Team }o--o{ TeamMembership : belongs_to
    User }o--o{ TeamMembership : belongs_to
    Repository }o--o{ TeamRepositoryPermission : has
    Team }o--o{ TeamRepositoryPermission : has
    Label }o--o{ WorkspaceTeamLabelFilter : labeled
    Team }o--o{ WorkspaceTeamLabelFilter : labeled
    Workspace }o--o{ WorkspaceTeamLabelFilter : labeled
    Repository }o--o{ WorkspaceTeamRepositorySetting : has
    Team }o--o{ WorkspaceTeamRepositorySetting : has
    Workspace }o--o{ WorkspaceTeamRepositorySetting : has
    Team }o--o{ WorkspaceTeamSetting : has
    Workspace }o--o{ WorkspaceTeamSetting : has

    %% Styling
    classDef primaryEntity fill:#e1f5fe,stroke:#01579b,stroke-width:2px
    classDef associationEntity fill:#f3e5f5,stroke:#4a148c,stroke-width:2px
    classDef metadataEntity fill:#e8f5e8,stroke:#1b5e20,stroke-width:2px

    class Issue primaryEntity
    class IssueAssignee associationEntity
    class IssueLabel associationEntity
    class Label primaryEntity
    class Milestone primaryEntity
    class PullRequestRequestedReviewer associationEntity
    class Repository primaryEntity
    class RepositoryToMonitor metadataEntity
    class Team primaryEntity
    class User primaryEntity
    class Workspace primaryEntity
